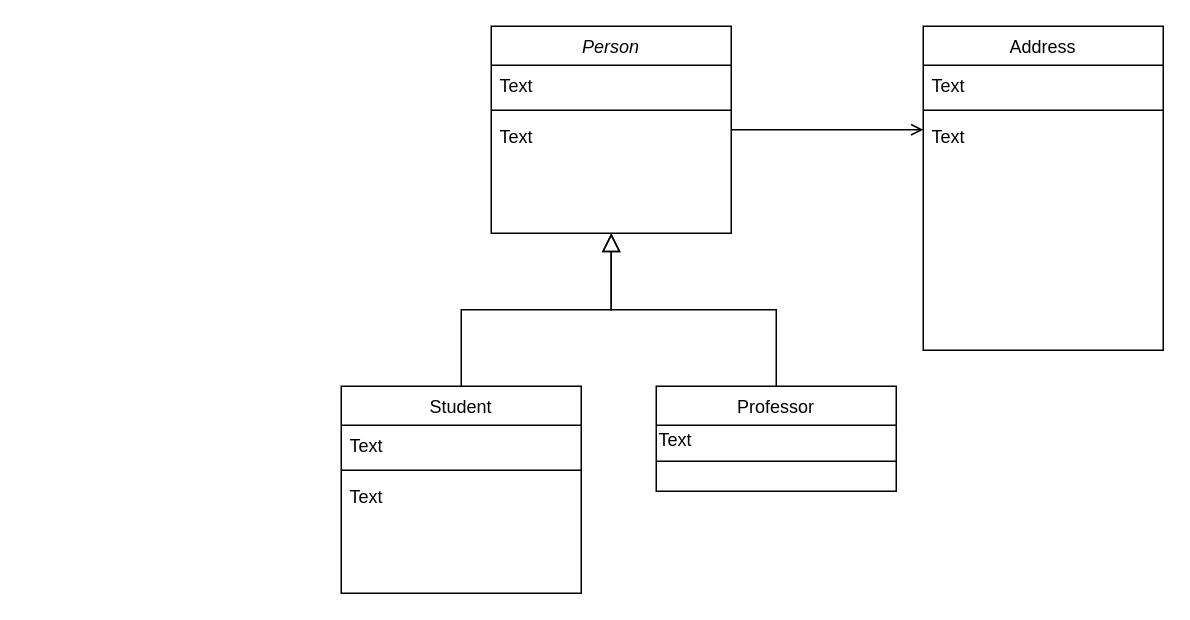
Before: Final Project - Class Diagram.drawio in Prot0ast/Repository-Name, a draw.io diagram. Source tidied: cells renumbered, new cells numbered last; positions are measured from the earlier drawing's top-left corner, leaving out a move shared by most shapes. Both pictures are drawn from the tidied source at 150%, with x=0, y=0 at pixel (340, 26).
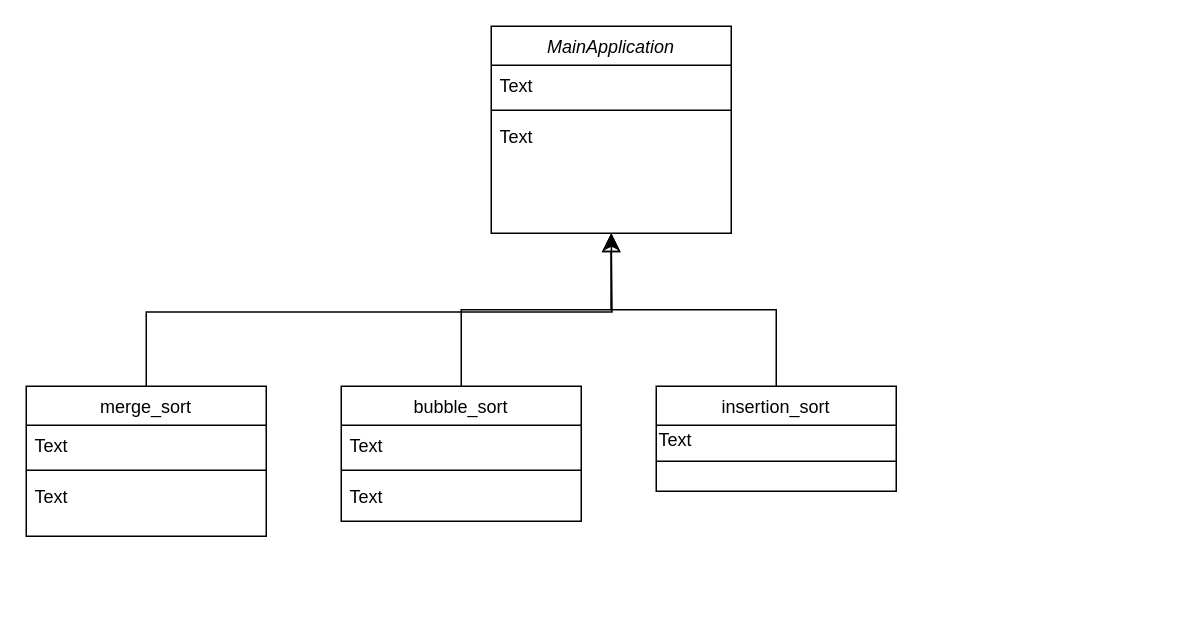
After the change.

Diff of the diagram source:
```diff
@@
-    <mxCell id="2" value="Person" style="swimlane;fontStyle=2;align=center;verticalAlign=top;horizontal=1;startSize=26;rounded=0;shadow=0;strokeWidth=1;" parent="1" vertex="1">
+    <mxCell id="2" value="MainApplication" style="swimlane;fontStyle=2;align=center;verticalAlign=top;horizontal=1;startSize=26;rounded=0;shadow=0;strokeWidth=1;" parent="1" vertex="1">
       <mxGeometry x="100" width="160" height="138" as="geometry" />
     </mxCell>
@@
-    <mxCell id="6" value="Student" style="swimlane;fontStyle=0;align=center;verticalAlign=top;horizontal=1;startSize=26;rounded=0;shadow=0;strokeWidth=1;" parent="1" vertex="1">
-      <mxGeometry y="240" width="160" height="138" as="geometry" />
+    <mxCell id="6" value="bubble_sort" style="swimlane;fontStyle=0;align=center;verticalAlign=top;horizontal=1;startSize=26;rounded=0;shadow=0;strokeWidth=1;" parent="1" vertex="1">
+      <mxGeometry y="240" width="160" height="90" as="geometry" />
     </mxCell>
@@
-    <mxCell id="11" value="Professor" style="swimlane;fontStyle=0;align=center;verticalAlign=top;horizontal=1;startSize=26;rounded=0;shadow=0;strokeWidth=1;" parent="1" vertex="1">
+    <mxCell id="11" value="insertion_sort" style="swimlane;fontStyle=0;align=center;verticalAlign=top;horizontal=1;startSize=26;rounded=0;shadow=0;strokeWidth=1;" parent="1" vertex="1">
       <mxGeometry x="210" y="240" width="160" height="70" as="geometry" />
     </mxCell>
@@
+    <mxCell id="20" style="edgeStyle=orthogonalEdgeStyle;rounded=0;jettySize=auto;html=1;exitX=0.5;exitY=0;exitDx=0;exitDy=0;" parent="1" edge="1" source="15">
+      <mxGeometry relative="1" as="geometry">
+        <mxPoint x="180" y="140" as="targetPoint" />
+      </mxGeometry>
+    </mxCell>
-    <mxCell id="15" value="Address" style="swimlane;fontStyle=0;align=center;verticalAlign=top;horizontal=1;startSize=26;rounded=0;shadow=0;strokeWidth=1;" parent="1" vertex="1">
-      <mxGeometry x="388" width="160" height="216" as="geometry" />
+    <mxCell id="15" value="merge_sort" style="swimlane;fontStyle=0;align=center;verticalAlign=top;horizontal=1;startSize=26;rounded=0;shadow=0;strokeWidth=1;" parent="1" vertex="1">
+      <mxGeometry x="-210" y="240" width="160" height="100" as="geometry" />
     </mxCell>
@@
-    <mxCell id="19" style="endArrow=open;shadow=0;strokeWidth=1;rounded=0;endFill=1;edgeStyle=elbowEdgeStyle;elbow=vertical;" parent="1" edge="1" source="2" target="15">
-      <mxGeometry x="0.5" y="41" relative="1" as="geometry">
-        <mxPoint x="-40" y="32" as="offset" />
-      </mxGeometry>
-    </mxCell>
```
